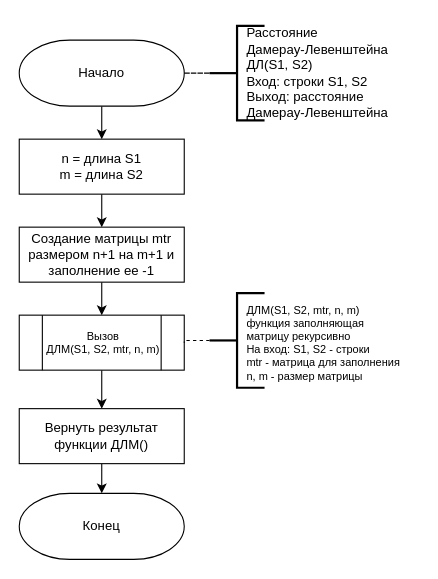
Mansurow/bmstu-iu7-5sem-AA keeps this draw.io diagram as page "Д.-Л. Рекурсия с кэшом" (3 of 5) of lab_01/docs/img/algoritms.drawio. Above is the earlier version. Source tidied: cells renumbered, new cells numbered last; positions are measured from the earlier drawing's top-left corner, leaving out a move shared by most shapes. Both pictures are drawn from the tidied source at 110%, with x=0, y=0 at pixel (19, 19).
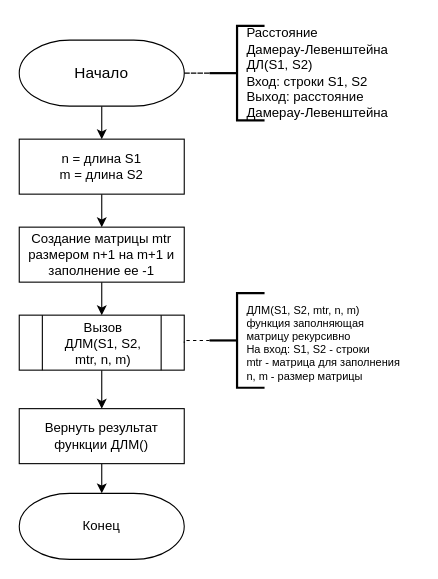
The same page after the edit.

What changed in the source:
```diff
@@
-    <mxCell id="3" value="Начало" style="strokeWidth=1;html=1;shape=mxgraph.flowchart.terminator;whiteSpace=wrap;" parent="1" vertex="1">
+    <mxCell id="3" value="&lt;font style=&quot;font-size: 14px;&quot;&gt;Начало&lt;/font&gt;" style="strokeWidth=1;html=1;shape=mxgraph.flowchart.terminator;whiteSpace=wrap;" parent="1" vertex="1">
       <mxGeometry y="19" width="150" height="60" as="geometry" />
     </mxCell>
@@
-    <mxCell id="13" value="&lt;font style=&quot;font-size: 10px;&quot;&gt;Вызов &lt;br&gt;ДЛМ(S1, S2, mtr, n, m)&lt;/font&gt;" style="text;html=1;align=center;verticalAlign=middle;strokeColor=none;fillColor=none;fontSize=8;" parent="1" vertex="1">
-      <mxGeometry x="15.5" y="276" width="121" height="36" as="geometry" />
+    <mxCell id="13" value="&lt;font style=&quot;font-size: 12px;&quot;&gt;Вызов &lt;br&gt;ДЛМ(S1, S2, &lt;br&gt;mtr, n, m)&lt;/font&gt;" style="text;html=1;align=center;verticalAlign=middle;strokeColor=none;fillColor=none;fontSize=8;" parent="1" vertex="1">
+      <mxGeometry x="32.5" y="267" width="87" height="55" as="geometry" />
     </mxCell>
```
